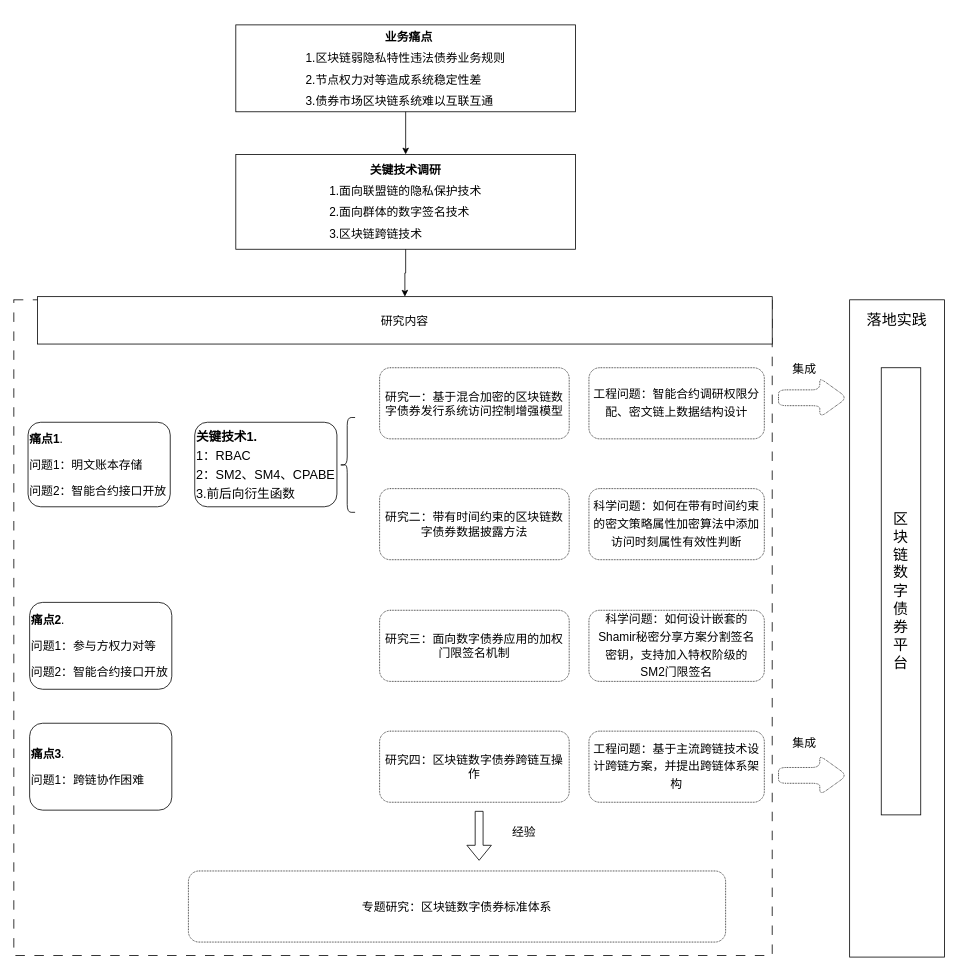
Above: page "研究内容" (1 of 2) of 未命名绘图.drawio in ldwaiwai/learn-chaincode (draw.io), before the change. Source tidied: cells renumbered, new cells numbered last; positions are measured from the earlier drawing's top-left corner, leaving out a move shared by most shapes. Both pictures are drawn from the tidied source at 79%, with x=0, y=0 at pixel (13, 24).
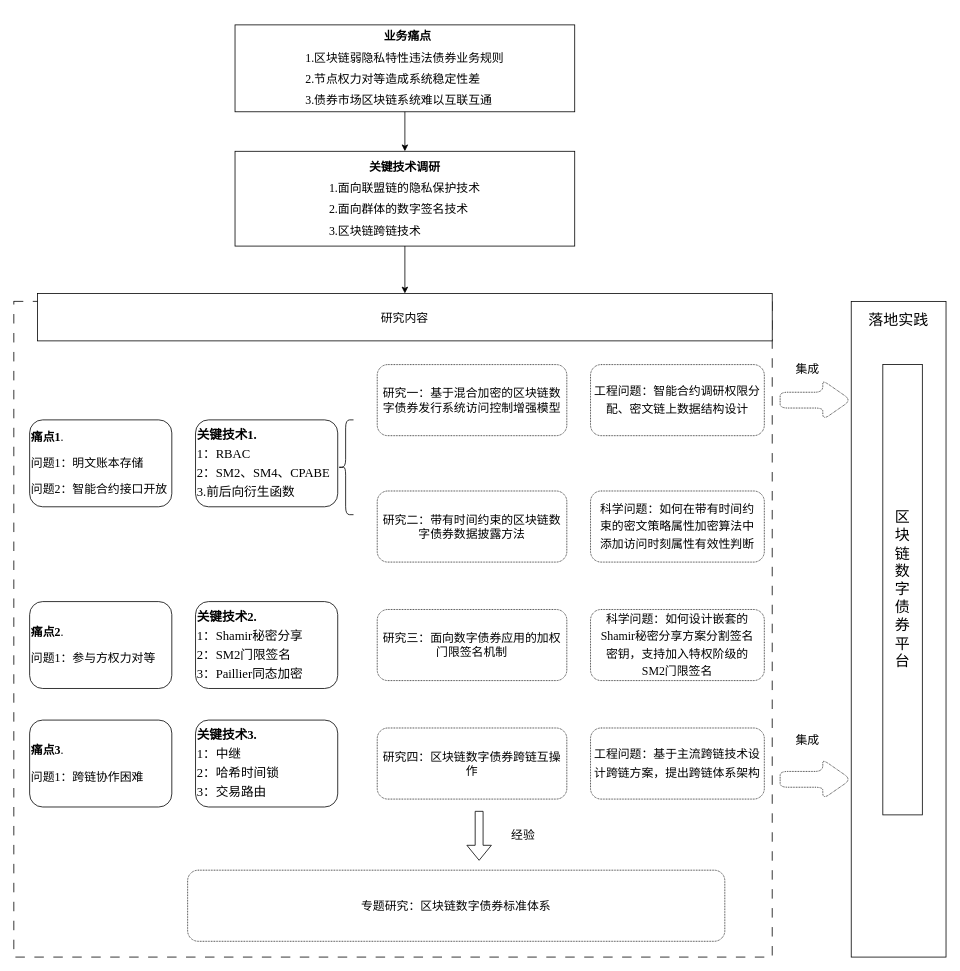
Above is the later version.

Commit message:
更新未命名绘图.drawio

What changed in the source:
```diff
@@
-    <mxCell id="2" value="&lt;p style=&quot;line-height: 190%;&quot;&gt;&lt;/p&gt;&lt;div style=&quot;line-height: 180%;&quot;&gt;&lt;b style=&quot;background-color: initial;&quot;&gt;&amp;nbsp; 业务痛点&lt;/b&gt;&lt;/div&gt;&lt;div style=&quot;text-align: justify; line-height: 180%;&quot;&gt;&lt;span style=&quot;background-color: initial;&quot;&gt;1.区块链弱隐私特性违法债券业务规则&lt;/span&gt;&lt;/div&gt;&lt;div style=&quot;text-align: justify; line-height: 180%;&quot;&gt;&lt;span style=&quot;background-color: initial;&quot;&gt;2.节点权力对等造成系统稳定性差&lt;/span&gt;&lt;/div&gt;&lt;div style=&quot;text-align: justify; line-height: 180%;&quot;&gt;&lt;span style=&quot;background-color: initial;&quot;&gt;3.债券市场区块链系统难以互联互通&lt;/span&gt;&lt;/div&gt;&lt;p&gt;&lt;/p&gt;" style="rounded=0;whiteSpace=wrap;html=1;align=center;fontSize=15;spacing=6;" parent="1" vertex="1">
-      <mxGeometry x="281" width="430" height="110" as="geometry" />
+    <mxCell id="2" value="&lt;p style=&quot;line-height: 190%;&quot;&gt;&lt;/p&gt;&lt;div style=&quot;line-height: 180%;&quot;&gt;&lt;b style=&quot;background-color: initial;&quot;&gt;&amp;nbsp; 业务痛点&lt;/b&gt;&lt;/div&gt;&lt;div style=&quot;text-align: justify; line-height: 180%;&quot;&gt;&lt;span style=&quot;background-color: initial;&quot;&gt;1.区块链弱隐私特性违法债券业务规则&lt;/span&gt;&lt;/div&gt;&lt;div style=&quot;text-align: justify; line-height: 180%;&quot;&gt;&lt;span style=&quot;background-color: initial;&quot;&gt;2.节点权力对等造成系统稳定性差&lt;/span&gt;&lt;/div&gt;&lt;div style=&quot;text-align: justify; line-height: 180%;&quot;&gt;&lt;span style=&quot;background-color: initial;&quot;&gt;3.债券市场区块链系统难以互联互通&lt;/span&gt;&lt;/div&gt;&lt;p&gt;&lt;/p&gt;" style="rounded=0;whiteSpace=wrap;html=1;align=center;fontSize=15;spacing=6;fontFamily=Times New Roman;" parent="1" vertex="1">
+      <mxGeometry x="280" width="430" height="110" as="geometry" />
     </mxCell>
-    <mxCell id="3" value="&lt;p style=&quot;line-height: 80%; font-size: 15px;&quot;&gt;&lt;font style=&quot;font-size: 15px;&quot;&gt;&lt;b style=&quot;font-size: 15px;&quot;&gt;关键技术调研&lt;/b&gt;&lt;/font&gt;&lt;/p&gt;&lt;p style=&quot;text-align: justify; line-height: 80%; font-size: 15px;&quot;&gt;&lt;span style=&quot;background-color: initial; font-size: 15px;&quot;&gt;1.面向联盟链的隐私保护技术&lt;/span&gt;&lt;/p&gt;&lt;p style=&quot;text-align: justify; line-height: 80%; font-size: 15px;&quot;&gt;&lt;span style=&quot;background-color: initial; font-size: 15px;&quot;&gt;2.面向群体的数字签名技术&lt;/span&gt;&lt;/p&gt;&lt;p style=&quot;text-align: justify; line-height: 80%; font-size: 15px;&quot;&gt;&lt;span style=&quot;background-color: initial;&quot;&gt;3.区块链跨链技术&lt;/span&gt;&lt;/p&gt;&lt;p style=&quot;font-size: 15px;&quot;&gt;&lt;/p&gt;" style="rounded=0;whiteSpace=wrap;html=1;fontSize=15;spacing=-2;align=center;" parent="1" vertex="1">
-      <mxGeometry x="281" y="164" width="430" height="120" as="geometry" />
+    <mxCell id="3" value="&lt;p style=&quot;line-height: 80%; font-size: 15px;&quot;&gt;&lt;font style=&quot;font-size: 15px;&quot;&gt;&lt;b style=&quot;font-size: 15px;&quot;&gt;关键技术调研&lt;/b&gt;&lt;/font&gt;&lt;/p&gt;&lt;p style=&quot;text-align: justify; line-height: 80%; font-size: 15px;&quot;&gt;&lt;span style=&quot;background-color: initial; font-size: 15px;&quot;&gt;1.面向联盟链的隐私保护技术&lt;/span&gt;&lt;/p&gt;&lt;p style=&quot;text-align: justify; line-height: 80%; font-size: 15px;&quot;&gt;&lt;span style=&quot;background-color: initial; font-size: 15px;&quot;&gt;2.面向群体的数字签名技术&lt;/span&gt;&lt;/p&gt;&lt;p style=&quot;text-align: justify; line-height: 80%; font-size: 15px;&quot;&gt;&lt;span style=&quot;background-color: initial;&quot;&gt;3.区块链跨链技术&lt;/span&gt;&lt;/p&gt;&lt;p style=&quot;font-size: 15px;&quot;&gt;&lt;/p&gt;" style="rounded=0;whiteSpace=wrap;html=1;fontSize=15;spacing=-2;align=center;fontFamily=Times New Roman;" parent="1" vertex="1">
+      <mxGeometry x="280" y="160" width="430" height="120" as="geometry" />
     </mxCell>
-    <mxCell id="4" style="edgeStyle=orthogonalEdgeStyle;rounded=0;jettySize=auto;html=1;" parent="1" edge="1" source="2" target="3">
+    <mxCell id="4" style="edgeStyle=orthogonalEdgeStyle;rounded=0;jettySize=auto;html=1;fontFamily=Times New Roman;" parent="1" edge="1" source="2" target="3">
       <mxGeometry relative="1" as="geometry" />
     </mxCell>
-    <mxCell id="5" style="rounded=0;whiteSpace=wrap;html=1;dashed=1;dashPattern=12 12;fontSize=15;" parent="1" vertex="1">
-      <mxGeometry y="348" width="960" height="830" as="geometry" />
+    <mxCell id="5" style="rounded=0;whiteSpace=wrap;html=1;dashed=1;dashPattern=12 12;fontSize=15;fontFamily=Times New Roman;" parent="1" vertex="1">
+      <mxGeometry y="350" width="960" height="830" as="geometry" />
     </mxCell>
-    <mxCell id="6" value="&lt;font style=&quot;font-size: 15px;&quot;&gt;研究内容&lt;/font&gt;" style="rounded=0;whiteSpace=wrap;html=1;fontSize=15;" parent="1" vertex="1">
-      <mxGeometry x="30" y="344" width="930" height="60" as="geometry" />
+    <mxCell id="6" value="&lt;font style=&quot;font-size: 15px;&quot;&gt;研究内容&lt;/font&gt;" style="rounded=0;whiteSpace=wrap;html=1;fontSize=15;fontFamily=Times New Roman;" parent="1" vertex="1">
+      <mxGeometry x="30" y="340" width="930" height="60" as="geometry" />
     </mxCell>
-    <mxCell id="7" style="edgeStyle=orthogonalEdgeStyle;rounded=0;jettySize=auto;html=1;fontSize=15;" parent="1" edge="1" source="3" target="6">
+    <mxCell id="7" style="edgeStyle=orthogonalEdgeStyle;rounded=0;jettySize=auto;html=1;fontSize=15;fontFamily=Times New Roman;" parent="1" edge="1" source="3" target="6">
       <mxGeometry relative="1" as="geometry" />
     </mxCell>
-    <mxCell id="8" value="研究一：基于混合加密的区块链数字债券发行系统访问控制增强模型" style="rounded=1;whiteSpace=wrap;html=1;dashed=1;dashPattern=1 1;fontSize=15;" parent="1" vertex="1">
-      <mxGeometry x="463" y="434" width="240" height="90" as="geometry" />
+    <mxCell id="8" value="研究一：基于混合加密的区块链数字债券发行系统访问控制增强模型" style="rounded=1;whiteSpace=wrap;html=1;dashed=1;dashPattern=1 1;fontSize=15;fontFamily=Times New Roman;" parent="1" vertex="1">
+      <mxGeometry x="460" y="430" width="240" height="90" as="geometry" />
     </mxCell>
-    <mxCell id="9" value="研究二：带有时间约束的区块链数字债券数据披露方法" style="rounded=1;whiteSpace=wrap;html=1;dashed=1;dashPattern=1 1;fontSize=15;" parent="1" vertex="1">
-      <mxGeometry x="463" y="587" width="240" height="90" as="geometry" />
+    <mxCell id="9" value="研究二：带有时间约束的区块链数字债券数据披露方法" style="rounded=1;whiteSpace=wrap;html=1;dashed=1;dashPattern=1 1;fontSize=15;fontFamily=Times New Roman;" parent="1" vertex="1">
+      <mxGeometry x="460" y="590" width="240" height="90" as="geometry" />
     </mxCell>
-    <mxCell id="10" style="shape=flexArrow;endArrow=classic;html=1;rounded=0;exitX=0.5;exitY=1;exitDx=0;exitDy=0;fontSize=15;" parent="1" edge="1">
+    <mxCell id="10" style="shape=flexArrow;endArrow=classic;html=1;rounded=0;exitX=0.5;exitY=1;exitDx=0;exitDy=0;fontSize=15;fontFamily=Times New Roman;" parent="1" edge="1">
       <mxGeometry relative="1" as="geometry">
         <mxPoint x="589" y="995" as="sourcePoint" />
         <mxPoint x="589" y="1058" as="targetPoint" />
       </mxGeometry>
     </mxCell>
-    <mxCell id="11" value="研究三：面向数字债券应用的加权门限签名机制" style="rounded=1;whiteSpace=wrap;html=1;dashed=1;dashPattern=1 1;fontSize=15;" parent="1" vertex="1">
-      <mxGeometry x="463" y="741" width="240" height="90" as="geometry" />
+    <mxCell id="11" value="研究三：面向数字债券应用的加权门限签名机制" style="rounded=1;whiteSpace=wrap;html=1;dashed=1;dashPattern=1 1;fontSize=15;fontFamily=Times New Roman;" parent="1" vertex="1">
+      <mxGeometry x="460" y="740" width="240" height="90" as="geometry" />
     </mxCell>
-    <mxCell id="12" value="研究四：区块链数字债券跨链互操作" style="rounded=1;whiteSpace=wrap;html=1;dashed=1;dashPattern=1 1;fontSize=15;" parent="1" vertex="1">
-      <mxGeometry x="463" y="894" width="240" height="90" as="geometry" />
+    <mxCell id="12" value="研究四：区块链数字债券跨链互操作" style="rounded=1;whiteSpace=wrap;html=1;dashed=1;dashPattern=1 1;fontSize=15;fontFamily=Times New Roman;" parent="1" vertex="1">
+      <mxGeometry x="460" y="890" width="240" height="90" as="geometry" />
     </mxCell>
-    <mxCell id="13" value="&lt;p style=&quot;line-height: 220%; font-size: 15px;&quot;&gt;&lt;font style=&quot;font-size: 15px;&quot;&gt;&lt;b style=&quot;font-size: 15px;&quot;&gt;痛点1&lt;/b&gt;.&lt;br style=&quot;font-size: 15px;&quot;&gt;问题1：明文账本存储&lt;br style=&quot;font-size: 15px;&quot;&gt;问题2：智能合约接口开放&lt;/font&gt;&lt;/p&gt;" style="rounded=1;whiteSpace=wrap;html=1;align=left;fontSize=15;" parent="1" vertex="1">
-      <mxGeometry x="18" y="503" width="180" height="107" as="geometry" />
+    <mxCell id="13" value="&lt;p style=&quot;line-height: 220%; font-size: 15px;&quot;&gt;&lt;font style=&quot;font-size: 15px;&quot;&gt;&lt;b style=&quot;font-size: 15px;&quot;&gt;痛点1&lt;/b&gt;.&lt;br style=&quot;font-size: 15px;&quot;&gt;问题1：明文账本存储&lt;br style=&quot;font-size: 15px;&quot;&gt;问题2：智能合约接口开放&lt;/font&gt;&lt;/p&gt;" style="rounded=1;whiteSpace=wrap;html=1;align=left;fontSize=15;fontFamily=Times New Roman;" parent="1" vertex="1">
+      <mxGeometry x="20" y="500" width="180" height="110" as="geometry" />
     </mxCell>
-    <mxCell id="14" value="&lt;font style=&quot;font-size: 19px;&quot;&gt;区&lt;br&gt;块&lt;br&gt;链&lt;br&gt;数&lt;br&gt;字&lt;br&gt;债&lt;br&gt;券&lt;br&gt;平&lt;br&gt;台&lt;/font&gt;" style="rounded=0;whiteSpace=wrap;html=1;" parent="1" vertex="1">
-      <mxGeometry x="1098" y="434" width="50" height="566" as="geometry" />
+    <mxCell id="14" value="&lt;font style=&quot;font-size: 19px;&quot;&gt;区&lt;br&gt;块&lt;br&gt;链&lt;br&gt;数&lt;br&gt;字&lt;br&gt;债&lt;br&gt;券&lt;br&gt;平&lt;br&gt;台&lt;/font&gt;" style="rounded=0;whiteSpace=wrap;html=1;fontFamily=Times New Roman;" parent="1" vertex="1">
+      <mxGeometry x="1100" y="430" width="50" height="570" as="geometry" />
     </mxCell>
-    <mxCell id="15" value="&lt;p style=&quot;line-height: 220%; font-size: 15px;&quot;&gt;&lt;font style=&quot;font-size: 15px;&quot;&gt;&lt;b style=&quot;font-size: 15px;&quot;&gt;痛点2&lt;/b&gt;.&lt;br style=&quot;font-size: 15px;&quot;&gt;问题1：参与方权力对等&lt;br style=&quot;font-size: 15px;&quot;&gt;问题2：智能合约接口开放&lt;/font&gt;&lt;/p&gt;" style="rounded=1;whiteSpace=wrap;html=1;align=left;fontSize=15;" parent="1" vertex="1">
-      <mxGeometry x="20" y="731" width="180" height="110" as="geometry" />
+    <mxCell id="15" value="&lt;p style=&quot;line-height: 220%; font-size: 15px;&quot;&gt;&lt;font style=&quot;font-size: 15px;&quot;&gt;&lt;b style=&quot;font-size: 15px;&quot;&gt;痛点2&lt;/b&gt;.&lt;br style=&quot;font-size: 15px;&quot;&gt;问题1：参与方权力对等&lt;br&gt;&lt;/font&gt;&lt;/p&gt;" style="rounded=1;whiteSpace=wrap;html=1;align=left;fontSize=15;fontFamily=Times New Roman;" parent="1" vertex="1">
+      <mxGeometry x="20" y="730" width="180" height="110" as="geometry" />
     </mxCell>
-    <mxCell id="16" value="&lt;p style=&quot;line-height: 220%; font-size: 15px;&quot;&gt;&lt;font style=&quot;font-size: 15px;&quot;&gt;&lt;b style=&quot;font-size: 15px;&quot;&gt;痛点3&lt;/b&gt;.&lt;br style=&quot;font-size: 15px;&quot;&gt;问题1：跨链协作困难&lt;br&gt;&lt;/font&gt;&lt;/p&gt;" style="rounded=1;whiteSpace=wrap;html=1;align=left;fontSize=15;" parent="1" vertex="1">
-      <mxGeometry x="20" y="884" width="180" height="110" as="geometry" />
+    <mxCell id="16" value="&lt;p style=&quot;line-height: 220%; font-size: 15px;&quot;&gt;&lt;font style=&quot;font-size: 15px;&quot;&gt;&lt;b style=&quot;font-size: 15px;&quot;&gt;痛点3&lt;/b&gt;.&lt;br style=&quot;font-size: 15px;&quot;&gt;问题1：跨链协作困难&lt;br&gt;&lt;/font&gt;&lt;/p&gt;" style="rounded=1;whiteSpace=wrap;html=1;align=left;fontSize=15;fontFamily=Times New Roman;" parent="1" vertex="1">
+      <mxGeometry x="20" y="880" width="180" height="110" as="geometry" />
     </mxCell>
-    <mxCell id="17" style="shape=singleArrow;whiteSpace=wrap;html=1;arrowWidth=0.4;arrowSize=0.4;rounded=1;dashed=1;dashPattern=1 1;" parent="1" vertex="1">
-      <mxGeometry x="968" y="447" width="87" height="50" as="geometry" />
+    <mxCell id="17" style="shape=singleArrow;whiteSpace=wrap;html=1;arrowWidth=0.4;arrowSize=0.4;rounded=1;dashed=1;dashPattern=1 1;fontFamily=Times New Roman;" parent="1" vertex="1">
+      <mxGeometry x="970" y="450" width="90" height="50" as="geometry" />
     </mxCell>
-    <mxCell id="18" value="集成" style="rounded=0;whiteSpace=wrap;html=1;fillColor=none;strokeColor=none;fontSize=15;" parent="1" vertex="1">
-      <mxGeometry x="975.5" y="420" width="50" height="30" as="geometry" />
+    <mxCell id="18" value="集成" style="rounded=0;whiteSpace=wrap;html=1;fillColor=none;strokeColor=none;fontSize=15;fontFamily=Times New Roman;" parent="1" vertex="1">
+      <mxGeometry x="980" y="420" width="50" height="30" as="geometry" />
     </mxCell>
-    <mxCell id="19" style="shape=singleArrow;whiteSpace=wrap;html=1;arrowWidth=0.4;arrowSize=0.4;rounded=1;dashed=1;dashPattern=1 1;" parent="1" vertex="1">
-      <mxGeometry x="968" y="925" width="87" height="50" as="geometry" />
+    <mxCell id="19" style="shape=singleArrow;whiteSpace=wrap;html=1;arrowWidth=0.4;arrowSize=0.4;rounded=1;dashed=1;dashPattern=1 1;fontFamily=Times New Roman;" parent="1" vertex="1">
+      <mxGeometry x="970" y="930" width="90" height="50" as="geometry" />
     </mxCell>
-    <mxCell id="20" value="&lt;font style=&quot;font-size: 15px;&quot;&gt;专题研究：区块链数字债券标准体系&lt;/font&gt;" style="rounded=1;whiteSpace=wrap;html=1;dashed=1;dashPattern=1 1;fontSize=15;" parent="1" vertex="1">
-      <mxGeometry x="221" y="1071" width="680" height="90" as="geometry" />
+    <mxCell id="20" value="&lt;font style=&quot;font-size: 15px;&quot;&gt;专题研究：区块链数字债券标准体系&lt;/font&gt;" style="rounded=1;whiteSpace=wrap;html=1;dashed=1;dashPattern=1 1;fontSize=15;fontFamily=Times New Roman;" parent="1" vertex="1">
+      <mxGeometry x="220" y="1070" width="680" height="90" as="geometry" />
     </mxCell>
-    <mxCell id="21" style="rounded=0;whiteSpace=wrap;html=1;fillColor=none;labelBorderColor=none;" parent="1" vertex="1">
-      <mxGeometry x="1058" y="348" width="120" height="832" as="geometry" />
+    <mxCell id="21" style="rounded=0;whiteSpace=wrap;html=1;fillColor=none;labelBorderColor=none;fontFamily=Times New Roman;" parent="1" vertex="1">
+      <mxGeometry x="1060" y="350" width="120" height="830" as="geometry" />
     </mxCell>
-    <mxCell id="22" value="&lt;font style=&quot;font-size: 15px;&quot;&gt;经验&lt;/font&gt;" style="rounded=0;whiteSpace=wrap;html=1;fillColor=none;strokeColor=none;fontSize=15;" parent="1" vertex="1">
-      <mxGeometry x="621" y="1006" width="50" height="30" as="geometry" />
+    <mxCell id="22" value="&lt;font style=&quot;font-size: 15px;&quot;&gt;经验&lt;/font&gt;" style="rounded=0;whiteSpace=wrap;html=1;fillColor=none;strokeColor=none;fontSize=15;fontFamily=Times New Roman;" parent="1" vertex="1">
+      <mxGeometry x="620" y="1010" width="50" height="30" as="geometry" />
     </mxCell>
-    <mxCell id="23" value="&lt;font style=&quot;font-size: 19px;&quot;&gt;落地实践&lt;/font&gt;" style="rounded=0;whiteSpace=wrap;html=1;fillColor=none;strokeColor=none;" parent="1" vertex="1">
-      <mxGeometry x="1078" y="359" width="80" height="30" as="geometry" />
+    <mxCell id="23" value="&lt;font style=&quot;font-size: 19px;&quot;&gt;落地实践&lt;/font&gt;" style="rounded=0;whiteSpace=wrap;html=1;fillColor=none;strokeColor=none;fontFamily=Times New Roman;" parent="1" vertex="1">
+      <mxGeometry x="1080" y="360" width="80" height="30" as="geometry" />
     </mxCell>
-    <mxCell id="24" value="集成" style="rounded=0;whiteSpace=wrap;html=1;fillColor=none;strokeColor=none;fontSize=15;" parent="1" vertex="1">
-      <mxGeometry x="975.5" y="894" width="50" height="30" as="geometry" />
+    <mxCell id="24" value="集成" style="rounded=0;whiteSpace=wrap;html=1;fillColor=none;strokeColor=none;fontSize=15;fontFamily=Times New Roman;" parent="1" vertex="1">
+      <mxGeometry x="980" y="890" width="50" height="30" as="geometry" />
     </mxCell>
-    <mxCell id="25" value="&lt;p style=&quot;line-height: 150%; font-size: 15px;&quot;&gt;工程问题：智能合约调研权限分配、密文链上数据结构设计&lt;/p&gt;" style="rounded=1;whiteSpace=wrap;html=1;dashed=1;dashPattern=1 1;fontSize=15;" parent="1" vertex="1">
-      <mxGeometry x="728" y="434" width="222" height="90" as="geometry" />
+    <mxCell id="25" value="&lt;p style=&quot;line-height: 150%; font-size: 15px;&quot;&gt;工程问题：智能合约调研权限分配、密文链上数据结构设计&lt;/p&gt;" style="rounded=1;whiteSpace=wrap;html=1;dashed=1;dashPattern=1 1;fontSize=15;fontFamily=Times New Roman;" parent="1" vertex="1">
+      <mxGeometry x="730" y="430" width="220" height="90" as="geometry" />
     </mxCell>
-    <mxCell id="26" value="&lt;p style=&quot;line-height: 150%; font-size: 15px;&quot;&gt;科学问题：如何在带有时间约束的密文策略属性加密算法中添加访问时刻属性有效性判断&lt;/p&gt;" style="rounded=1;whiteSpace=wrap;html=1;dashed=1;dashPattern=1 1;fontSize=15;spacing=7;" parent="1" vertex="1">
-      <mxGeometry x="728" y="587" width="222" height="90" as="geometry" />
+    <mxCell id="26" value="&lt;p style=&quot;line-height: 150%; font-size: 15px;&quot;&gt;科学问题：如何在带有时间约束的密文策略属性加密算法中添加访问时刻属性有效性判断&lt;/p&gt;" style="rounded=1;whiteSpace=wrap;html=1;dashed=1;dashPattern=1 1;fontSize=15;spacing=7;fontFamily=Times New Roman;" parent="1" vertex="1">
+      <mxGeometry x="730" y="590" width="220" height="90" as="geometry" />
     </mxCell>
-    <mxCell id="27" value="&lt;p style=&quot;line-height: 150%; font-size: 15px;&quot;&gt;科学问题：如何设计嵌套的Shamir秘密分享方案分割签名密钥，支持加入特权阶级的SM2门限签名&lt;/p&gt;" style="rounded=1;whiteSpace=wrap;html=1;dashed=1;dashPattern=1 1;fontSize=15;spacing=7;" parent="1" vertex="1">
-      <mxGeometry x="728" y="741" width="222" height="90" as="geometry" />
+    <mxCell id="27" value="&lt;p style=&quot;line-height: 150%; font-size: 15px;&quot;&gt;科学问题：如何设计嵌套的Shamir秘密分享方案分割签名密钥，支持加入特权阶级的SM2门限签名&lt;/p&gt;" style="rounded=1;whiteSpace=wrap;html=1;dashed=1;dashPattern=1 1;fontSize=15;spacing=7;fontFamily=Times New Roman;" parent="1" vertex="1">
+      <mxGeometry x="730" y="740" width="220" height="90" as="geometry" />
     </mxCell>
-    <mxCell id="28" value="&lt;p style=&quot;line-height: 150%; font-size: 15px;&quot;&gt;工程问题：基于主流跨链技术设计跨链方案，并提出跨链体系架构&lt;/p&gt;" style="rounded=1;whiteSpace=wrap;html=1;dashed=1;dashPattern=1 1;fontSize=15;" parent="1" vertex="1">
-      <mxGeometry x="728" y="894" width="222" height="90" as="geometry" />
+    <mxCell id="28" value="&lt;p style=&quot;line-height: 150%; font-size: 15px;&quot;&gt;工程问题：基于主流跨链技术设计跨链方案，提出跨链体系架构&lt;/p&gt;" style="rounded=1;whiteSpace=wrap;html=1;dashed=1;dashPattern=1 1;fontSize=15;fontFamily=Times New Roman;" parent="1" vertex="1">
+      <mxGeometry x="730" y="890" width="220" height="90" as="geometry" />
     </mxCell>
-    <mxCell id="29" style="shape=curlyBracket;whiteSpace=wrap;html=1;rounded=1;labelPosition=left;verticalLabelPosition=middle;align=right;verticalAlign=middle;fontSize=15;" parent="1" vertex="1">
-      <mxGeometry x="412" y="497" width="20" height="120" as="geometry" />
+    <mxCell id="29" style="shape=curlyBracket;whiteSpace=wrap;html=1;rounded=1;labelPosition=left;verticalLabelPosition=middle;align=right;verticalAlign=middle;fontSize=15;fontFamily=Times New Roman;" parent="1" vertex="1">
+      <mxGeometry x="410" y="500" width="20" height="120" as="geometry" />
     </mxCell>
-    <mxCell id="30" value="&lt;p style=&quot;line-height: 150%; font-size: 16px;&quot;&gt;&lt;b&gt;关键技术1.&lt;br&gt;&lt;/b&gt;1：RBAC&lt;br&gt;2：SM2、SM4、CPABE&lt;br&gt;3.前后向衍生函数&lt;/p&gt;" style="rounded=1;whiteSpace=wrap;html=1;align=left;spacing=2;" parent="1" vertex="1">
-      <mxGeometry x="229" y="503" width="180" height="107" as="geometry" />
+    <mxCell id="30" value="&lt;p style=&quot;line-height: 150%; font-size: 16px;&quot;&gt;&lt;b&gt;关键技术1.&lt;br&gt;&lt;/b&gt;1：RBAC&lt;br&gt;2：SM2、SM4、CPABE&lt;br&gt;3.前后向衍生函数&lt;/p&gt;" style="rounded=1;whiteSpace=wrap;html=1;align=left;spacing=2;fontFamily=Times New Roman;" parent="1" vertex="1">
+      <mxGeometry x="230" y="500" width="180" height="110" as="geometry" />
     </mxCell>
+    <mxCell id="31" value="&lt;p style=&quot;line-height: 150%; font-size: 16px;&quot;&gt;&lt;b&gt;关键技术2.&lt;br&gt;&lt;/b&gt;1：Shamir秘密分享&lt;br&gt;2：SM2门限签名&lt;br&gt;3：Paillier同态加密&lt;/p&gt;" style="rounded=1;whiteSpace=wrap;html=1;align=left;spacing=2;fontFamily=Times New Roman;" parent="1" vertex="1">
+      <mxGeometry x="230" y="730" width="180" height="110" as="geometry" />
+    </mxCell>
+    <mxCell id="32" value="&lt;p style=&quot;line-height: 150%; font-size: 16px;&quot;&gt;&lt;b&gt;关键技术3.&lt;br&gt;&lt;/b&gt;1：中继&lt;br&gt;2：哈希时间锁&lt;br&gt;3：交易路由&lt;/p&gt;" style="rounded=1;whiteSpace=wrap;html=1;align=left;spacing=2;fontFamily=Times New Roman;" parent="1" vertex="1">
+      <mxGeometry x="230" y="880" width="180" height="110" as="geometry" />
+    </mxCell>
```
